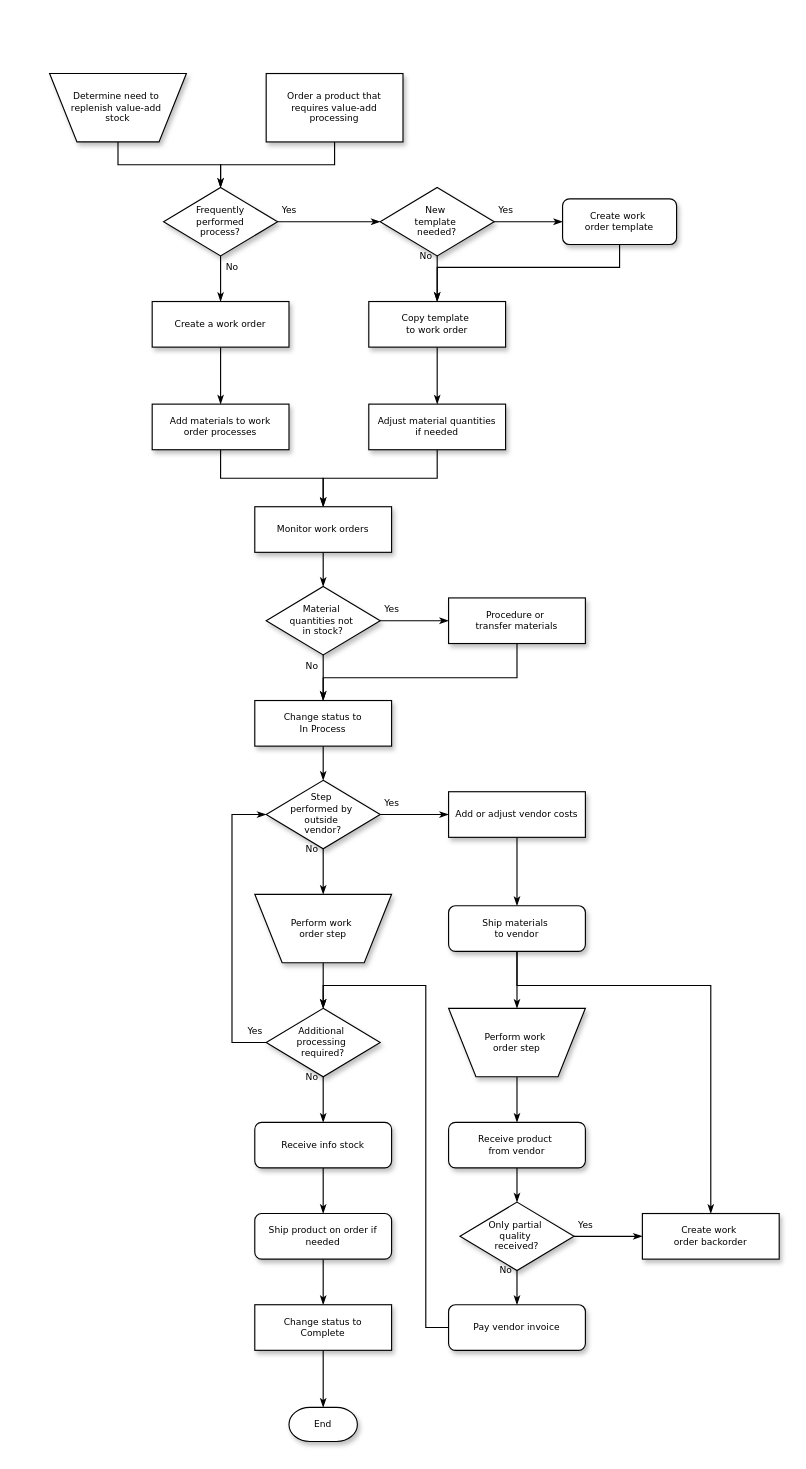
Before: FlowHRM.drawio in syaiful505/repo-draw, a draw.io diagram. Source tidied: cells renumbered, new cells numbered last; positions are measured from the earlier drawing's top-left corner, leaving out a move shared by most shapes. Both pictures are drawn from the tidied source at 114%, with x=0, y=0 at pixel (49, 73).
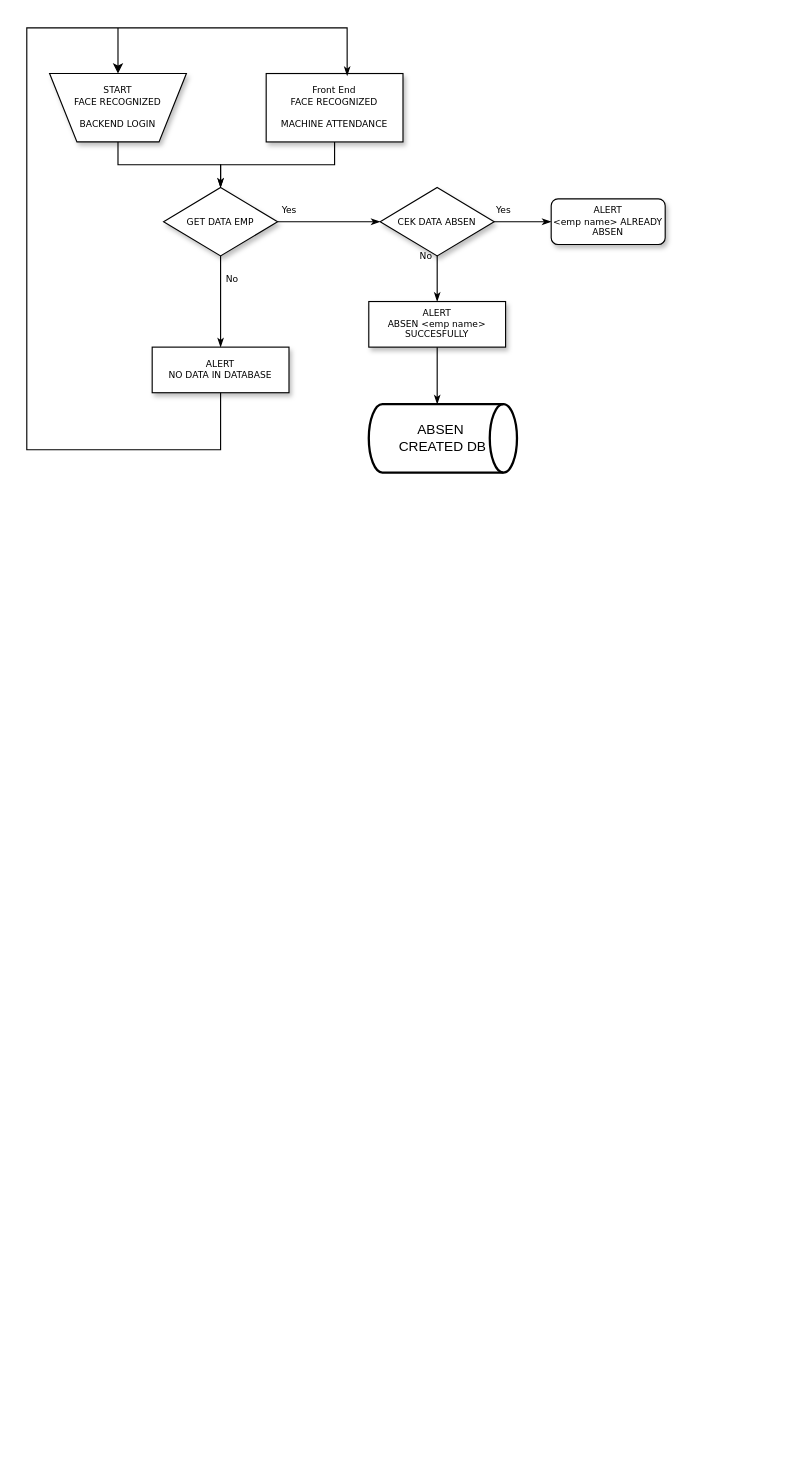
After the change.

Commit message:
Update FlowHRM FACE RECOGNIZTION FLOW.drawio

What changed in the source:
```diff
@@
-    <mxCell id="3" value="Determine need to&amp;nbsp;&lt;div&gt;replenish value-add&amp;nbsp;&lt;/div&gt;&lt;div&gt;stock&lt;/div&gt;" style="shape=trapezoid;whiteSpace=wrap;html=1;rounded=0;shadow=1;labelBackgroundColor=none;strokeWidth=1;fontFamily=Verdana;fontSize=8;align=center;flipV=1;" parent="1" vertex="1">
+    <mxCell id="3" value="START&lt;div&gt;FACE RECOGNIZED&lt;br&gt;&lt;div&gt;&lt;br&gt;&lt;/div&gt;&lt;div&gt;BACKEND LOGIN&lt;/div&gt;&lt;/div&gt;" style="shape=trapezoid;whiteSpace=wrap;html=1;rounded=0;shadow=1;labelBackgroundColor=none;strokeWidth=1;fontFamily=Verdana;fontSize=8;align=center;flipV=1;" parent="1" vertex="1">
       <mxGeometry width="120" height="60" as="geometry" />
     </mxCell>
@@
-    <mxCell id="5" value="Order a product that&lt;div&gt;requires value-add processing&lt;/div&gt;" style="rounded=0;whiteSpace=wrap;html=1;shadow=1;labelBackgroundColor=none;strokeWidth=1;fontFamily=Verdana;fontSize=8;align=center;" parent="1" vertex="1">
+    <mxCell id="5" value="Front End&lt;div&gt;FACE RECOGNIZED&lt;br&gt;&lt;div&gt;&lt;br&gt;&lt;/div&gt;&lt;div&gt;MACHINE ATTENDANCE&lt;/div&gt;&lt;/div&gt;" style="rounded=0;whiteSpace=wrap;html=1;shadow=1;labelBackgroundColor=none;strokeWidth=1;fontFamily=Verdana;fontSize=8;align=center;" parent="1" vertex="1">
       <mxGeometry x="190" width="120" height="60" as="geometry" />
     </mxCell>
@@
-    <mxCell id="8" value="Frequently&lt;div&gt;performed&lt;/div&gt;&lt;div&gt;process?&lt;/div&gt;" style="rhombus;whiteSpace=wrap;html=1;rounded=0;shadow=1;labelBackgroundColor=none;strokeWidth=1;fontFamily=Verdana;fontSize=8;align=center;" parent="1" vertex="1">
+    <mxCell id="8" value="GET DATA EMP" style="rhombus;whiteSpace=wrap;html=1;rounded=0;shadow=1;labelBackgroundColor=none;strokeWidth=1;fontFamily=Verdana;fontSize=8;align=center;" parent="1" vertex="1">
       <mxGeometry x="100" y="100" width="100" height="60" as="geometry" />
     </mxCell>
-    <mxCell id="9" value="Yes" style="edgeStyle=orthogonalEdgeStyle;rounded=0;html=1;labelBackgroundColor=none;startSize=5;endArrow=classicThin;endFill=1;endSize=5;jettySize=auto;strokeWidth=1;fontFamily=Verdana;fontSize=8;" parent="1" edge="1" source="11" target="13">
-      <mxGeometry x="-0.67" y="10" relative="1" as="geometry" />
+    <mxCell id="9" value="Yes" style="edgeStyle=orthogonalEdgeStyle;rounded=0;html=1;labelBackgroundColor=none;startSize=5;endArrow=classicThin;endFill=1;endSize=5;jettySize=auto;strokeWidth=1;fontFamily=Verdana;fontSize=8;" parent="1" edge="1" source="11">
+      <mxGeometry x="-0.67" y="10" relative="1" as="geometry">
+        <mxPoint x="440" y="130" as="targetPoint" />
+      </mxGeometry>
     </mxCell>
@@
-    <mxCell id="11" value="New&amp;nbsp;&lt;div&gt;template&amp;nbsp;&lt;/div&gt;&lt;div&gt;needed?&lt;/div&gt;" style="rhombus;whiteSpace=wrap;html=1;rounded=0;shadow=1;labelBackgroundColor=none;strokeWidth=1;fontFamily=Verdana;fontSize=8;align=center;" parent="1" vertex="1">
+    <mxCell id="11" value="CEK DATA ABSEN" style="rhombus;whiteSpace=wrap;html=1;rounded=0;shadow=1;labelBackgroundColor=none;strokeWidth=1;fontFamily=Verdana;fontSize=8;align=center;" parent="1" vertex="1">
       <mxGeometry x="290" y="100" width="100" height="60" as="geometry" />
     </mxCell>
-    <mxCell id="12" style="edgeStyle=orthogonalEdgeStyle;rounded=0;html=1;labelBackgroundColor=none;startSize=5;endArrow=classicThin;endFill=1;endSize=5;jettySize=auto;strokeWidth=1;fontFamily=Verdana;fontSize=8;" parent="1" edge="1" source="13" target="17">
-      <mxGeometry relative="1" as="geometry">
-        <Array as="points">
-          <mxPoint x="500" y="170" />
-          <mxPoint x="340" y="170" />
-        </Array>
-      </mxGeometry>
-    </mxCell>
-    <mxCell id="13" value="Create work&amp;nbsp;&lt;div&gt;order template&lt;/div&gt;" style="rounded=1;whiteSpace=wrap;html=1;shadow=1;labelBackgroundColor=none;strokeWidth=1;fontFamily=Verdana;fontSize=8;align=center;" parent="1" vertex="1">
-      <mxGeometry x="450" y="110" width="100" height="40" as="geometry" />
+    <mxCell id="13" value="ALERT&lt;div&gt;&amp;lt;emp name&amp;gt; ALREADY ABSEN&lt;/div&gt;" style="rounded=1;whiteSpace=wrap;html=1;shadow=1;labelBackgroundColor=none;strokeWidth=1;fontFamily=Verdana;fontSize=8;align=center;" parent="1" vertex="1">
+      <mxGeometry x="440" y="110" width="100" height="40" as="geometry" />
     </mxCell>
-    <mxCell id="14" style="edgeStyle=orthogonalEdgeStyle;rounded=0;html=1;labelBackgroundColor=none;startSize=5;endArrow=classicThin;endFill=1;endSize=5;jettySize=auto;strokeWidth=1;fontFamily=Verdana;fontSize=8;" parent="1" edge="1" source="15" target="19">
-      <mxGeometry relative="1" as="geometry" />
-    </mxCell>
-    <mxCell id="15" value="Create a work order" style="whiteSpace=wrap;html=1;rounded=0;shadow=1;labelBackgroundColor=none;strokeWidth=1;fontFamily=Verdana;fontSize=8;align=center;" parent="1" vertex="1">
-      <mxGeometry x="90" y="200" width="120" height="40" as="geometry" />
+    <mxCell id="15" value="ALERT&lt;div&gt;NO DATA IN DATABASE&lt;/div&gt;" style="whiteSpace=wrap;html=1;rounded=0;shadow=1;labelBackgroundColor=none;strokeWidth=1;fontFamily=Verdana;fontSize=8;align=center;" parent="1" vertex="1">
+      <mxGeometry x="90" y="240" width="120" height="40" as="geometry" />
     </mxCell>
-    <mxCell id="16" style="edgeStyle=orthogonalEdgeStyle;rounded=0;html=1;labelBackgroundColor=none;startSize=5;endArrow=classicThin;endFill=1;endSize=5;jettySize=auto;strokeWidth=1;fontFamily=Verdana;fontSize=8;" parent="1" edge="1" source="17" target="21">
-      <mxGeometry relative="1" as="geometry" />
+    <mxCell id="16" style="edgeStyle=orthogonalEdgeStyle;rounded=0;html=1;labelBackgroundColor=none;startSize=5;endArrow=classicThin;endFill=1;endSize=5;jettySize=auto;strokeWidth=1;fontFamily=Verdana;fontSize=8;" parent="1" edge="1" source="17">
+      <mxGeometry relative="1" as="geometry">
+        <mxPoint x="340" y="290" as="targetPoint" />
+      </mxGeometry>
     </mxCell>
-    <mxCell id="17" value="Copy template&amp;nbsp;&lt;div&gt;to work order&lt;/div&gt;" style="whiteSpace=wrap;html=1;rounded=0;shadow=1;labelBackgroundColor=none;strokeWidth=1;fontFamily=Verdana;fontSize=8;align=center;" parent="1" vertex="1">
+    <mxCell id="17" value="ALERT&lt;div&gt;ABSEN &amp;lt;emp name&amp;gt; SUCCESFULLY&lt;/div&gt;" style="whiteSpace=wrap;html=1;rounded=0;shadow=1;labelBackgroundColor=none;strokeWidth=1;fontFamily=Verdana;fontSize=8;align=center;" parent="1" vertex="1">
       <mxGeometry x="280" y="200" width="120" height="40" as="geometry" />
     </mxCell>
-    <mxCell id="18" style="edgeStyle=orthogonalEdgeStyle;rounded=0;html=1;labelBackgroundColor=none;startSize=5;endArrow=classicThin;endFill=1;endSize=5;jettySize=auto;strokeWidth=1;fontFamily=Verdana;fontSize=8;" parent="1" edge="1" source="19" target="23">
-      <mxGeometry relative="1" as="geometry" />
+    <mxCell id="18" style="edgeStyle=orthogonalEdgeStyle;rounded=0;html=1;labelBackgroundColor=none;startSize=5;endArrow=classicThin;endFill=1;endSize=5;jettySize=auto;strokeWidth=1;fontFamily=Verdana;fontSize=8;exitX=0.5;exitY=1;exitDx=0;exitDy=0;entryX=0.592;entryY=0.033;entryDx=0;entryDy=0;entryPerimeter=0;" parent="1" edge="1" source="15" target="5">
+      <mxGeometry relative="1" as="geometry">
+        <Array as="points">
+          <mxPoint x="150" y="330" />
+          <mxPoint x="-20" y="330" />
+          <mxPoint x="-20" y="-40" />
+          <mxPoint x="261" y="-40" />
+        </Array>
+      </mxGeometry>
     </mxCell>
-    <mxCell id="19" value="Add materials to work order processes" style="whiteSpace=wrap;html=1;rounded=0;shadow=1;labelBackgroundColor=none;strokeWidth=1;fontFamily=Verdana;fontSize=8;align=center;spacing=6;" parent="1" vertex="1">
-      <mxGeometry x="90" y="290" width="120" height="40" as="geometry" />
-    </mxCell>
-    <mxCell id="20" style="edgeStyle=orthogonalEdgeStyle;rounded=0;html=1;labelBackgroundColor=none;startSize=5;endArrow=classicThin;endFill=1;endSize=5;jettySize=auto;strokeWidth=1;fontFamily=Verdana;fontSize=8;" parent="1" edge="1" source="21" target="23">
-      <mxGeometry relative="1" as="geometry" />
-    </mxCell>
-    <mxCell id="21" value="Adjust material quantities if needed" style="whiteSpace=wrap;html=1;rounded=0;shadow=1;labelBackgroundColor=none;strokeWidth=1;fontFamily=Verdana;fontSize=8;align=center;spacing=6;" parent="1" vertex="1">
-      <mxGeometry x="280" y="290" width="120" height="40" as="geometry" />
-    </mxCell>
-    <mxCell id="22" style="edgeStyle=orthogonalEdgeStyle;rounded=0;html=1;labelBackgroundColor=none;startSize=5;endArrow=classicThin;endFill=1;endSize=5;jettySize=auto;strokeWidth=1;fontFamily=Verdana;fontSize=8;" parent="1" edge="1" source="23" target="26">
-      <mxGeometry relative="1" as="geometry" />
-    </mxCell>
-    <mxCell id="23" value="Monitor work orders" style="whiteSpace=wrap;html=1;rounded=0;shadow=1;labelBackgroundColor=none;strokeWidth=1;fontFamily=Verdana;fontSize=8;align=center;" parent="1" vertex="1">
-      <mxGeometry x="180" y="380" width="120" height="40" as="geometry" />
-    </mxCell>
-    <mxCell id="24" value="Yes" style="edgeStyle=orthogonalEdgeStyle;rounded=0;html=1;labelBackgroundColor=none;startSize=5;endArrow=classicThin;endFill=1;endSize=5;jettySize=auto;strokeWidth=1;fontFamily=Verdana;fontSize=8;" parent="1" edge="1" source="26" target="28">
-      <mxGeometry x="-0.67" y="10" relative="1" as="geometry" />
-    </mxCell>
-    <mxCell id="25" value="No" style="edgeStyle=orthogonalEdgeStyle;rounded=0;html=1;labelBackgroundColor=none;startSize=5;endArrow=classicThin;endFill=1;endSize=5;jettySize=auto;strokeWidth=1;fontFamily=Verdana;fontSize=8;" parent="1" edge="1" source="26" target="30">
-      <mxGeometry x="-0.5" y="-10" relative="1" as="geometry" />
-    </mxCell>
-    <mxCell id="26" value="Material&amp;nbsp;&lt;div&gt;quantities not&amp;nbsp;&lt;/div&gt;&lt;div&gt;in stock?&lt;/div&gt;" style="rhombus;whiteSpace=wrap;html=1;rounded=0;shadow=1;labelBackgroundColor=none;strokeWidth=1;fontFamily=Verdana;fontSize=8;align=center;" parent="1" vertex="1">
-      <mxGeometry x="190" y="450" width="100" height="60" as="geometry" />
-    </mxCell>
-    <mxCell id="27" style="edgeStyle=orthogonalEdgeStyle;rounded=0;html=1;labelBackgroundColor=none;startSize=5;endArrow=classicThin;endFill=1;endSize=5;jettySize=auto;strokeWidth=1;fontFamily=Verdana;fontSize=8;" parent="1" edge="1" source="28" target="30">
-      <mxGeometry relative="1" as="geometry">
-        <Array as="points">
-          <mxPoint x="410" y="530" />
-          <mxPoint x="240" y="530" />
-        </Array>
-      </mxGeometry>
-    </mxCell>
-    <mxCell id="28" value="Procedure or&amp;nbsp;&lt;div&gt;transfer materials&lt;/div&gt;" style="whiteSpace=wrap;html=1;rounded=0;shadow=1;labelBackgroundColor=none;strokeWidth=1;fontFamily=Verdana;fontSize=8;align=center;" parent="1" vertex="1">
-      <mxGeometry x="350" y="460" width="120" height="40" as="geometry" />
-    </mxCell>
-    <mxCell id="29" style="edgeStyle=orthogonalEdgeStyle;rounded=0;html=1;labelBackgroundColor=none;startSize=5;endArrow=classicThin;endFill=1;endSize=5;jettySize=auto;strokeWidth=1;fontFamily=Verdana;fontSize=8;" parent="1" edge="1" source="30" target="33">
-      <mxGeometry relative="1" as="geometry" />
-    </mxCell>
-    <mxCell id="30" value="Change status to&lt;div&gt;In Process&lt;/div&gt;" style="whiteSpace=wrap;html=1;rounded=0;shadow=1;labelBackgroundColor=none;strokeWidth=1;fontFamily=Verdana;fontSize=8;align=center;" parent="1" vertex="1">
-      <mxGeometry x="180" y="550" width="120" height="40" as="geometry" />
-    </mxCell>
-    <mxCell id="31" value="Yes" style="edgeStyle=orthogonalEdgeStyle;rounded=0;html=1;labelBackgroundColor=none;startSize=5;endArrow=classicThin;endFill=1;endSize=5;jettySize=auto;strokeWidth=1;fontFamily=Verdana;fontSize=8;" parent="1" edge="1" source="33" target="35">
-      <mxGeometry x="-0.67" y="10" relative="1" as="geometry" />
-    </mxCell>
-    <mxCell id="32" value="No" style="edgeStyle=orthogonalEdgeStyle;rounded=0;html=1;labelBackgroundColor=none;startSize=5;endArrow=classicThin;endFill=1;endSize=5;jettySize=auto;strokeWidth=1;fontFamily=Verdana;fontSize=8;" parent="1" edge="1" source="33" target="37">
-      <mxGeometry x="-1" y="-10" relative="1" as="geometry" />
-    </mxCell>
-    <mxCell id="33" value="Step&amp;nbsp;&lt;div&gt;performed by&amp;nbsp;&lt;/div&gt;&lt;div&gt;outside&amp;nbsp;&lt;/div&gt;&lt;div&gt;vendor?&lt;/div&gt;" style="rhombus;whiteSpace=wrap;html=1;rounded=0;shadow=1;labelBackgroundColor=none;strokeWidth=1;fontFamily=Verdana;fontSize=8;align=center;" parent="1" vertex="1">
-      <mxGeometry x="190" y="620" width="100" height="60" as="geometry" />
-    </mxCell>
-    <mxCell id="34" style="edgeStyle=orthogonalEdgeStyle;rounded=0;html=1;labelBackgroundColor=none;startSize=5;endArrow=classicThin;endFill=1;endSize=5;jettySize=auto;strokeWidth=1;fontFamily=Verdana;fontSize=8;" parent="1" edge="1" source="35" target="40">
-      <mxGeometry relative="1" as="geometry" />
-    </mxCell>
-    <mxCell id="35" value="Add or adjust vendor costs" style="whiteSpace=wrap;html=1;rounded=0;shadow=1;labelBackgroundColor=none;strokeWidth=1;fontFamily=Verdana;fontSize=8;align=center;" parent="1" vertex="1">
-      <mxGeometry x="350" y="630" width="120" height="40" as="geometry" />
-    </mxCell>
-    <mxCell id="36" style="edgeStyle=orthogonalEdgeStyle;rounded=0;html=1;labelBackgroundColor=none;startSize=5;endArrow=classicThin;endFill=1;endSize=5;jettySize=auto;strokeWidth=1;fontFamily=Verdana;fontSize=8;" parent="1" edge="1" source="37" target="43">
-      <mxGeometry relative="1" as="geometry" />
-    </mxCell>
-    <mxCell id="37" value="Perform work&amp;nbsp;&lt;div&gt;order step&lt;/div&gt;" style="shape=trapezoid;whiteSpace=wrap;html=1;rounded=0;shadow=1;labelBackgroundColor=none;strokeWidth=1;fontFamily=Verdana;fontSize=8;align=center;flipV=1;" parent="1" vertex="1">
-      <mxGeometry x="180" y="720" width="120" height="60" as="geometry" />
-    </mxCell>
-    <mxCell id="38" style="edgeStyle=orthogonalEdgeStyle;rounded=0;html=1;labelBackgroundColor=none;startSize=5;endArrow=classicThin;endFill=1;endSize=5;jettySize=auto;strokeWidth=1;fontFamily=Verdana;fontSize=8;" parent="1" edge="1" source="40" target="45">
-      <mxGeometry relative="1" as="geometry" />
-    </mxCell>
-    <mxCell id="39" style="edgeStyle=orthogonalEdgeStyle;rounded=0;html=1;labelBackgroundColor=none;startSize=5;endArrow=classicThin;endFill=1;endSize=5;jettySize=auto;strokeWidth=1;fontFamily=Verdana;fontSize=8;" parent="1" edge="1" source="40" target="55">
-      <mxGeometry relative="1" as="geometry">
-        <Array as="points">
-          <mxPoint x="410" y="800" />
-          <mxPoint x="580" y="800" />
-        </Array>
-      </mxGeometry>
-    </mxCell>
-    <mxCell id="40" value="Ship materials&amp;nbsp;&lt;div&gt;to vendor&lt;/div&gt;" style="rounded=1;whiteSpace=wrap;html=1;shadow=1;labelBackgroundColor=none;strokeWidth=1;fontFamily=Verdana;fontSize=8;align=center;" parent="1" vertex="1">
-      <mxGeometry x="350" y="730" width="120" height="40" as="geometry" />
-    </mxCell>
-    <mxCell id="41" value="Yes" style="edgeStyle=orthogonalEdgeStyle;rounded=0;html=1;labelBackgroundColor=none;startSize=5;endArrow=classicThin;endFill=1;endSize=5;jettySize=auto;strokeWidth=1;fontFamily=Verdana;fontSize=8;" parent="1" edge="1" source="43" target="33">
-      <mxGeometry x="-0.69" y="-20" relative="1" as="geometry">
-        <Array as="points">
-          <mxPoint x="160" y="850" />
-          <mxPoint x="160" y="650" />
-        </Array>
-      </mxGeometry>
-    </mxCell>
-    <mxCell id="42" value="No" style="edgeStyle=orthogonalEdgeStyle;rounded=0;html=1;labelBackgroundColor=none;startSize=5;endArrow=classicThin;endFill=1;endSize=5;jettySize=auto;strokeWidth=1;fontFamily=Verdana;fontSize=8;" parent="1" edge="1" source="43" target="47">
-      <mxGeometry x="-1" y="-10" relative="1" as="geometry" />
-    </mxCell>
-    <mxCell id="43" value="Additional&amp;nbsp;&lt;div&gt;processing&amp;nbsp;&lt;/div&gt;&lt;div&gt;required?&lt;/div&gt;" style="rhombus;whiteSpace=wrap;html=1;rounded=0;shadow=1;labelBackgroundColor=none;strokeWidth=1;fontFamily=Verdana;fontSize=8;align=center;" parent="1" vertex="1">
-      <mxGeometry x="190" y="820" width="100" height="60" as="geometry" />
-    </mxCell>
-    <mxCell id="44" style="edgeStyle=orthogonalEdgeStyle;rounded=0;html=1;labelBackgroundColor=none;startSize=5;endArrow=classicThin;endFill=1;endSize=5;jettySize=auto;strokeWidth=1;fontFamily=Verdana;fontSize=8;" parent="1" edge="1" source="45" target="49">
-      <mxGeometry relative="1" as="geometry" />
-    </mxCell>
-    <mxCell id="45" value="Perform work&amp;nbsp;&lt;div&gt;order step&lt;/div&gt;" style="shape=trapezoid;whiteSpace=wrap;html=1;rounded=0;shadow=1;labelBackgroundColor=none;strokeWidth=1;fontFamily=Verdana;fontSize=8;align=center;flipV=1;" parent="1" vertex="1">
-      <mxGeometry x="350" y="820" width="120" height="60" as="geometry" />
-    </mxCell>
-    <mxCell id="46" style="edgeStyle=orthogonalEdgeStyle;rounded=0;html=1;labelBackgroundColor=none;startSize=5;endArrow=classicThin;endFill=1;endSize=5;jettySize=auto;strokeWidth=1;fontFamily=Verdana;fontSize=8;" parent="1" edge="1" source="47" target="51">
-      <mxGeometry relative="1" as="geometry" />
-    </mxCell>
-    <mxCell id="47" value="Receive info stock" style="rounded=1;whiteSpace=wrap;html=1;shadow=1;labelBackgroundColor=none;strokeWidth=1;fontFamily=Verdana;fontSize=8;align=center;" parent="1" vertex="1">
-      <mxGeometry x="180" y="920" width="120" height="40" as="geometry" />
-    </mxCell>
-    <mxCell id="48" style="edgeStyle=orthogonalEdgeStyle;rounded=0;html=1;labelBackgroundColor=none;startSize=5;endArrow=classicThin;endFill=1;endSize=5;jettySize=auto;strokeWidth=1;fontFamily=Verdana;fontSize=8;" parent="1" edge="1" source="49" target="54">
-      <mxGeometry relative="1" as="geometry" />
-    </mxCell>
-    <mxCell id="49" value="Receive product&amp;nbsp;&lt;div&gt;from vendor&lt;/div&gt;" style="rounded=1;whiteSpace=wrap;html=1;shadow=1;labelBackgroundColor=none;strokeWidth=1;fontFamily=Verdana;fontSize=8;align=center;" parent="1" vertex="1">
-      <mxGeometry x="350" y="920" width="120" height="40" as="geometry" />
-    </mxCell>
-    <mxCell id="50" style="edgeStyle=orthogonalEdgeStyle;rounded=0;html=1;labelBackgroundColor=none;startSize=5;endArrow=classicThin;endFill=1;endSize=5;jettySize=auto;strokeWidth=1;fontFamily=Verdana;fontSize=8;" parent="1" edge="1" source="51" target="57">
-      <mxGeometry relative="1" as="geometry" />
-    </mxCell>
-    <mxCell id="51" value="Ship product on order if needed" style="rounded=1;whiteSpace=wrap;html=1;shadow=1;labelBackgroundColor=none;strokeWidth=1;fontFamily=Verdana;fontSize=8;align=center;" parent="1" vertex="1">
-      <mxGeometry x="180" y="1000" width="120" height="40" as="geometry" />
-    </mxCell>
-    <mxCell id="52" value="No" style="edgeStyle=orthogonalEdgeStyle;rounded=0;html=1;labelBackgroundColor=none;startSize=5;endArrow=classicThin;endFill=1;endSize=5;jettySize=auto;strokeWidth=1;fontFamily=Verdana;fontSize=8;" parent="1" edge="1" source="54" target="59">
-      <mxGeometry x="0.2" y="14" relative="1" as="geometry">
-        <mxPoint x="-24" y="-10" as="offset" />
-      </mxGeometry>
-    </mxCell>
-    <mxCell id="53" value="Yes" style="edgeStyle=orthogonalEdgeStyle;rounded=0;html=1;labelBackgroundColor=none;startSize=5;endArrow=classicThin;endFill=1;endSize=5;jettySize=auto;strokeWidth=1;fontFamily=Verdana;fontSize=8;" parent="1" edge="1" source="54" target="55">
-      <mxGeometry x="-0.67" y="10" relative="1" as="geometry" />
-    </mxCell>
-    <mxCell id="54" value="Only partial&amp;nbsp;&lt;div&gt;quality&amp;nbsp;&lt;/div&gt;&lt;div&gt;received?&lt;/div&gt;" style="rhombus;whiteSpace=wrap;html=1;rounded=0;shadow=1;labelBackgroundColor=none;strokeWidth=1;fontFamily=Verdana;fontSize=8;align=center;" parent="1" vertex="1">
-      <mxGeometry x="360" y="990" width="100" height="60" as="geometry" />
-    </mxCell>
-    <mxCell id="55" value="Create work&amp;nbsp;&lt;div&gt;order backorder&lt;/div&gt;" style="whiteSpace=wrap;html=1;rounded=0;shadow=1;labelBackgroundColor=none;strokeWidth=1;fontFamily=Verdana;fontSize=8;align=center;" parent="1" vertex="1">
-      <mxGeometry x="520" y="1000" width="120" height="40" as="geometry" />
-    </mxCell>
-    <mxCell id="56" style="edgeStyle=orthogonalEdgeStyle;rounded=0;html=1;labelBackgroundColor=none;startSize=5;endArrow=classicThin;endFill=1;endSize=5;jettySize=auto;strokeWidth=1;fontFamily=Verdana;fontSize=8;" parent="1" edge="1" source="57" target="60">
-      <mxGeometry relative="1" as="geometry" />
-    </mxCell>
-    <mxCell id="57" value="Change status to&lt;div&gt;Complete&lt;/div&gt;" style="whiteSpace=wrap;html=1;rounded=0;shadow=1;labelBackgroundColor=none;strokeWidth=1;fontFamily=Verdana;fontSize=8;align=center;" parent="1" vertex="1">
-      <mxGeometry x="180" y="1080" width="120" height="40" as="geometry" />
-    </mxCell>
-    <mxCell id="58" style="edgeStyle=orthogonalEdgeStyle;rounded=0;html=1;labelBackgroundColor=none;startSize=5;endArrow=classicThin;endFill=1;endSize=5;jettySize=auto;strokeWidth=1;fontFamily=Verdana;fontSize=8;" parent="1" edge="1" source="59" target="43">
-      <mxGeometry relative="1" as="geometry">
-        <Array as="points">
-          <mxPoint x="330" y="1100" />
-          <mxPoint x="330" y="800" />
-          <mxPoint x="240" y="800" />
-        </Array>
-      </mxGeometry>
-    </mxCell>
-    <mxCell id="59" value="Pay vendor invoice" style="rounded=1;whiteSpace=wrap;html=1;shadow=1;labelBackgroundColor=none;strokeWidth=1;fontFamily=Verdana;fontSize=8;align=center;" parent="1" vertex="1">
-      <mxGeometry x="350" y="1080" width="120" height="40" as="geometry" />
-    </mxCell>
-    <mxCell id="60" value="End" style="strokeWidth=1;html=1;shape=mxgraph.flowchart.terminator;whiteSpace=wrap;rounded=0;shadow=1;labelBackgroundColor=none;fontFamily=Verdana;fontSize=8;align=center;" parent="1" vertex="1">
-      <mxGeometry x="210" y="1170" width="60" height="30" as="geometry" />
-    </mxCell>
+    <mxCell id="61" style="endArrow=classic;html=1;rounded=0;entryX=0.5;entryY=0;entryDx=0;entryDy=0;" parent="1" edge="1" target="3">
+      <mxGeometry relative="1" as="geometry">
+        <mxPoint x="60" y="-40" as="sourcePoint" />
+      </mxGeometry>
+    </mxCell>
+    <mxCell id="62" value="ABSEN&amp;nbsp;&lt;div&gt;CREATED DB&lt;/div&gt;" style="strokeWidth=2;html=1;shape=mxgraph.flowchart.direct_data;whiteSpace=wrap;" parent="1" vertex="1">
+      <mxGeometry x="280" y="290" width="130" height="60" as="geometry" />
+    </mxCell>
```
